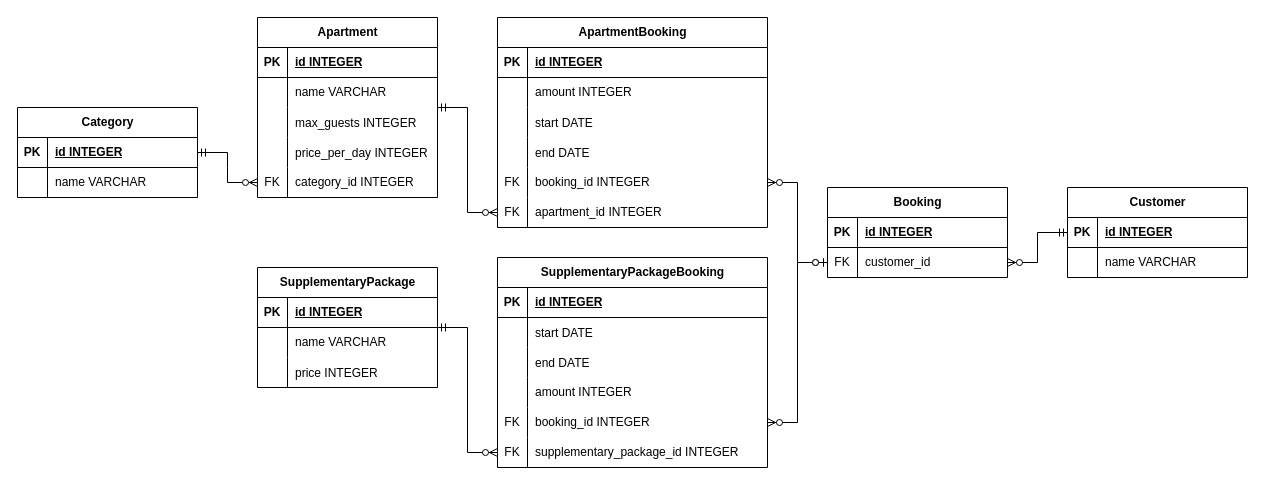
Above: docs/erdiagram.drawio in j-weissen/rdp2023 (draw.io), before the change. Source tidied: cells renumbered, new cells numbered last; positions are measured from the earlier drawing's top-left corner, leaving out a move shared by most shapes. Both pictures are drawn from the tidied source at 100%, with x=0, y=0 at pixel (17, 17).
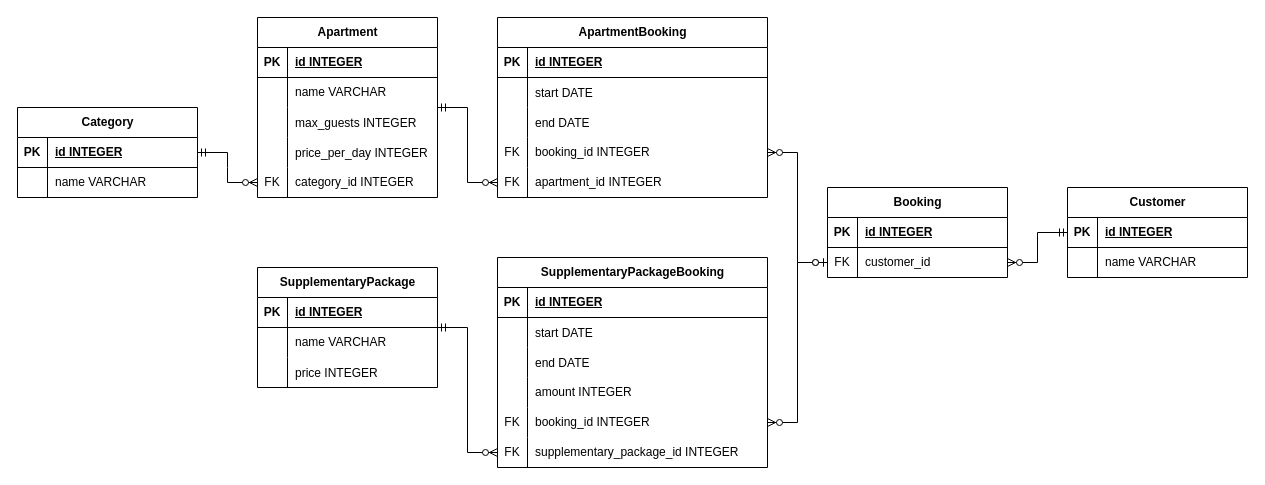
Above is the later version.

Commit message (it also covers changes not shown here):
changed Date in entities to LocalDate, removed amount in ApartmentBooking

Diff of the diagram source:
```diff
@@
     <mxCell id="71" value="ApartmentBooking" style="shape=table;startSize=30;childLayout=tableLayout;rowLines=0;fontStyle=1;align=center;html=1;" parent="1" vertex="1">
-      <mxGeometry x="480" width="270" height="210" as="geometry" />
+      <mxGeometry x="480" width="270" height="180" as="geometry" />
     </mxCell>
@@
-    <mxCell id="75" style="shape=tableRow;horizontal=0;startSize=0;swimlaneHead=0;swimlaneBody=0;fillColor=none;top=0;left=0;right=0;bottom=0;" parent="71" vertex="1">
-      <mxGeometry y="60" width="270" height="30" as="geometry" />
-    </mxCell>
-    <mxCell id="76" style="shape=partialRectangle;fillColor=none;top=0;left=0;bottom=0;right=0;overflow=hidden;whiteSpace=wrap;html=1;" parent="75" vertex="1">
-      <mxGeometry width="30" height="30" as="geometry" />
-    </mxCell>
-    <mxCell id="77" value="amount INTEGER" style="shape=partialRectangle;fillColor=none;top=0;left=0;bottom=0;right=0;align=left;spacingLeft=6;overflow=hidden;whiteSpace=wrap;html=1;" parent="75" vertex="1">
-      <mxGeometry x="30" width="240" height="30" as="geometry" />
-    </mxCell>
     <mxCell id="78" style="shape=tableRow;horizontal=0;startSize=0;swimlaneHead=0;swimlaneBody=0;fillColor=none;top=0;left=0;right=0;bottom=0;" parent="71" vertex="1">
-      <mxGeometry y="90" width="270" height="30" as="geometry" />
+      <mxGeometry y="60" width="270" height="30" as="geometry" />
     </mxCell>
@@
     <mxCell id="81" style="shape=tableRow;horizontal=0;startSize=0;swimlaneHead=0;swimlaneBody=0;fillColor=none;top=0;left=0;right=0;bottom=0;" parent="71" vertex="1">
-      <mxGeometry y="120" width="270" height="30" as="geometry" />
+      <mxGeometry y="90" width="270" height="30" as="geometry" />
     </mxCell>
@@
     <mxCell id="84" style="shape=tableRow;horizontal=0;startSize=0;swimlaneHead=0;swimlaneBody=0;fillColor=none;points=[[0,0.5],[1,0.5]];portConstraint=eastwest;top=0;left=0;right=0;bottom=0;" parent="71" vertex="1">
-      <mxGeometry y="150" width="270" height="30" as="geometry" />
+      <mxGeometry y="120" width="270" height="30" as="geometry" />
     </mxCell>
@@
     <mxCell id="87" style="shape=tableRow;horizontal=0;startSize=0;swimlaneHead=0;swimlaneBody=0;fillColor=none;points=[[0,0.5],[1,0.5]];portConstraint=eastwest;top=0;left=0;right=0;bottom=0;" parent="71" vertex="1">
-      <mxGeometry y="180" width="270" height="30" as="geometry" />
+      <mxGeometry y="150" width="270" height="30" as="geometry" />
     </mxCell>
```
